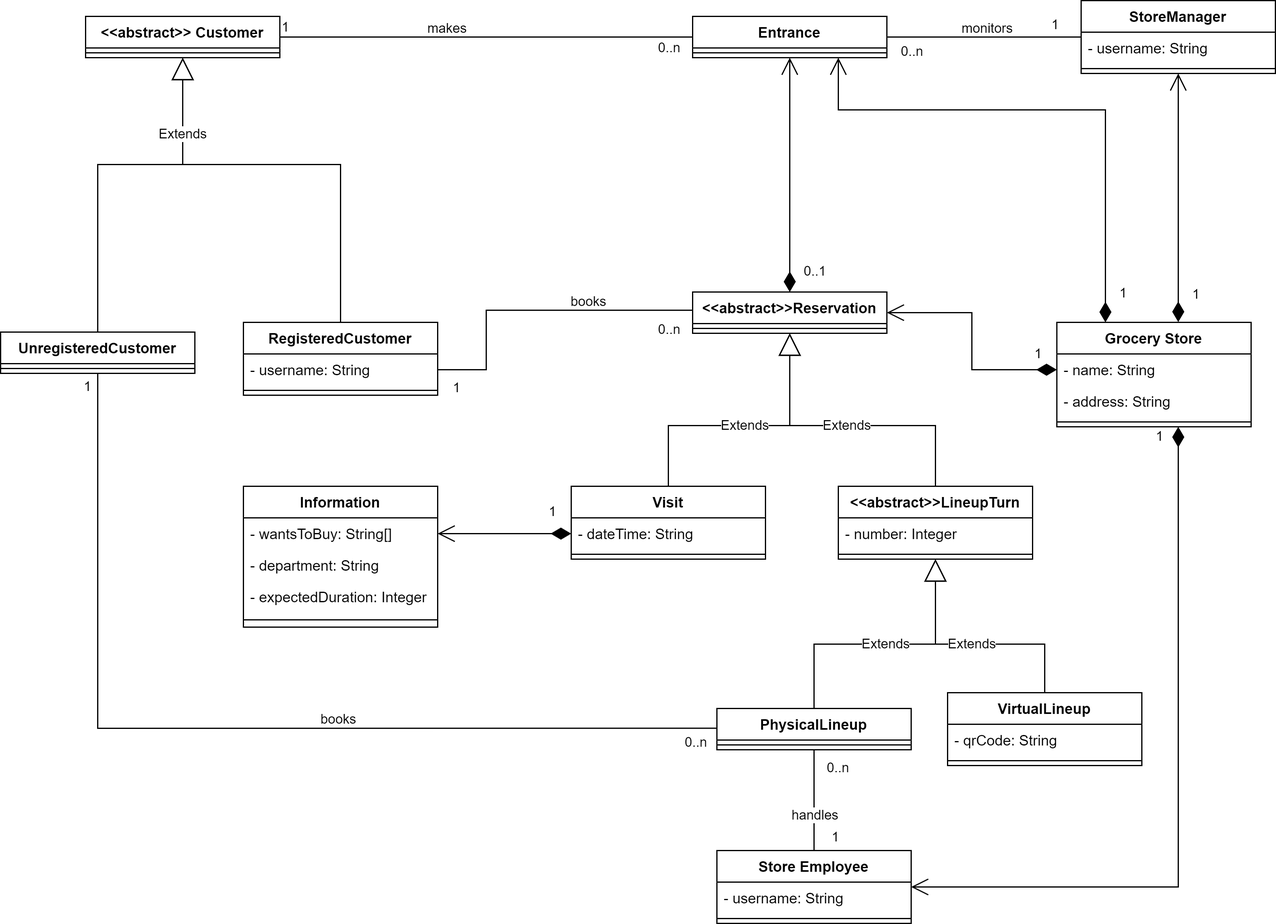
Earlier version of the draw.io export RASDworkspace/LaTeXproject/images/class_diagram.png (marcoDige/CLup). Source tidied: cells renumbered, new cells last; positions are measured from the earlier drawing's top-left corner, leaving out a move shared by most shapes.
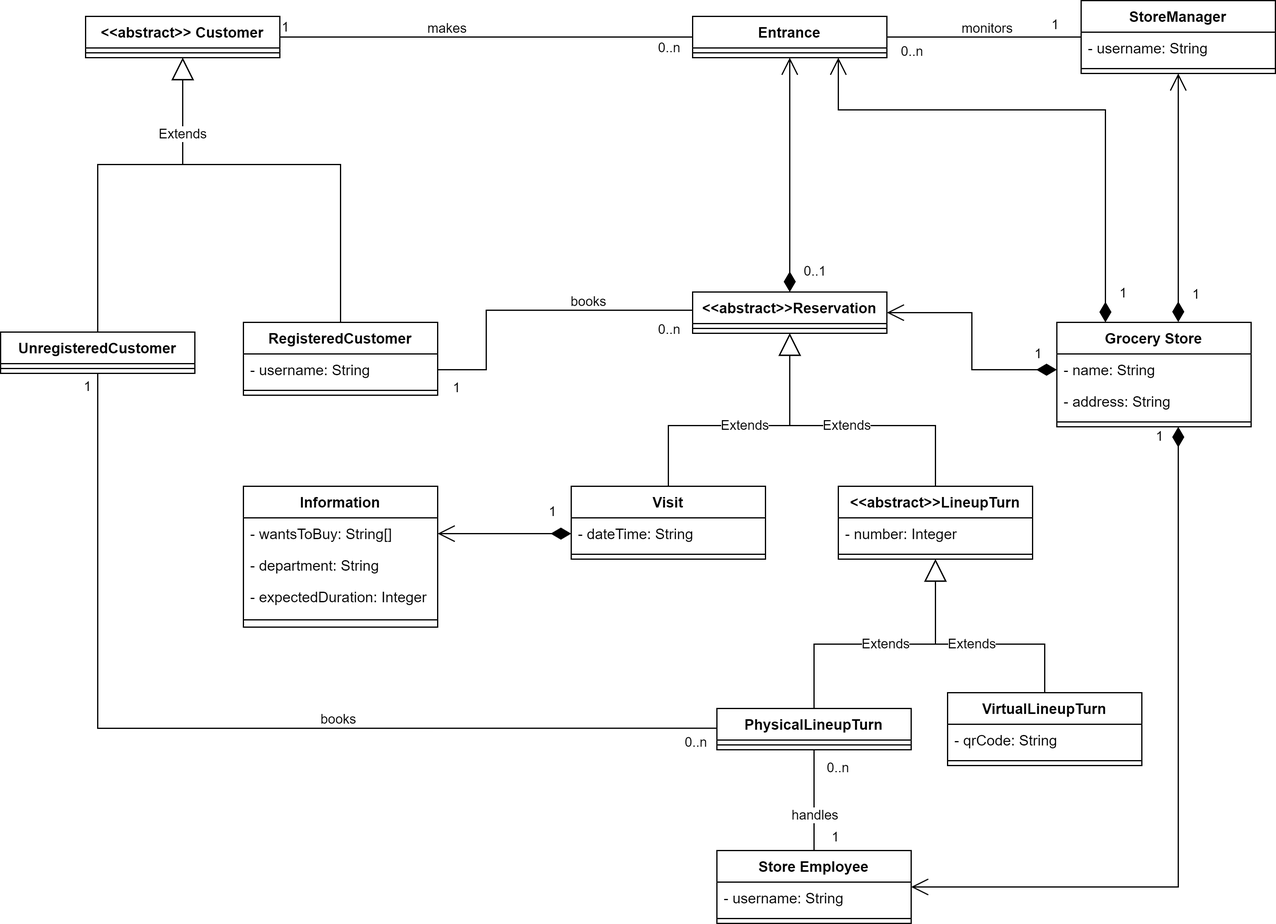
Later version of the same file.

The edit, as a diff of the source:
```diff
@@ -167,7 +167,7 @@
         </Array>
       </mxGeometry>
     </mxCell>
-    <mxCell id="43" value="VirtualLineup" style="swimlane;fontStyle=1;align=center;verticalAlign=top;horizontal=1;startSize=26;" parent="1" vertex="1">
+    <mxCell id="43" value="VirtualLineupTurn" style="swimlane;fontStyle=1;align=center;verticalAlign=top;horizontal=1;startSize=26;" parent="1" vertex="1">
       <mxGeometry x="780" y="650" width="160" height="60" as="geometry" />
     </mxCell>
     <mxCell id="44" value="- qrCode: String" style="text;strokeColor=none;fillColor=none;align=left;verticalAlign=top;spacingLeft=4;spacingRight=4;overflow=hidden;" parent="43" vertex="1">
@@ -261,7 +261,7 @@
     <mxCell id="64" value="1" style="endArrow=open;html=1;endSize=12;startArrow=diamondThin;startSize=14;startFill=1;edgeStyle=orthogonalEdgeStyle;align=left;verticalAlign=bottom;strokeColor=#000000;exitX=0;exitY=0.5;exitDx=0;exitDy=0;entryX=1;entryY=0.5;entryDx=0;entryDy=0;rounded=0;" parent="1" edge="1" source="32" target="60">
       <mxGeometry x="-0.64" y="-9" relative="1" as="geometry" />
     </mxCell>
-    <mxCell id="65" value="PhysicalLineup" style="swimlane;fontStyle=1;align=center;verticalAlign=top;horizontal=1;startSize=26;" parent="1" vertex="1">
+    <mxCell id="65" value="PhysicalLineupTurn" style="swimlane;fontStyle=1;align=center;verticalAlign=top;horizontal=1;startSize=26;" parent="1" vertex="1">
       <mxGeometry x="590" y="663" width="160" height="34" as="geometry" />
     </mxCell>
     <mxCell id="66" style="line;strokeWidth=1;fillColor=none;align=left;verticalAlign=middle;spacingTop=-1;spacingLeft=3;spacingRight=3;labelPosition=right;" parent="65" vertex="1">
```
